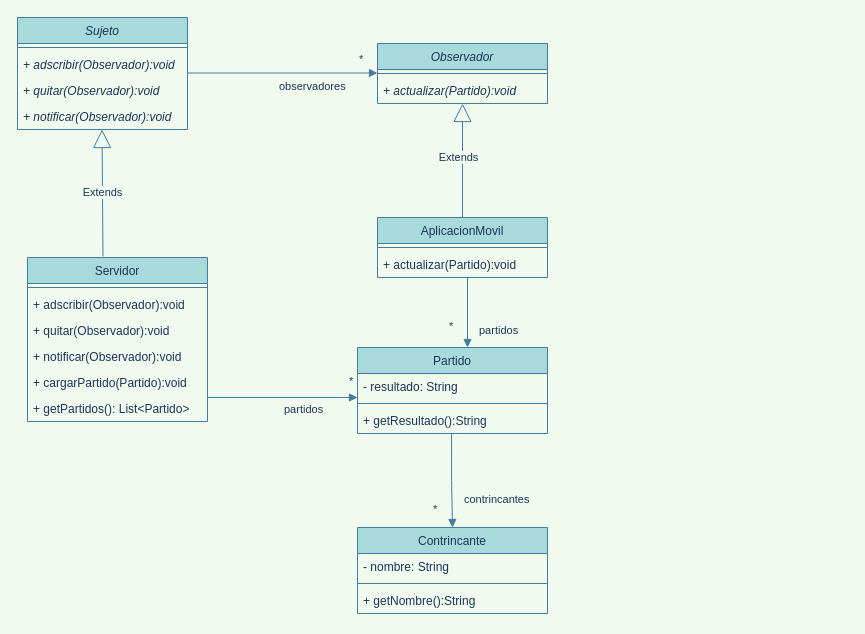
This is unq-po2-Observer-EncuentrosDeportivos.drawio from nhubczyk/Diagramas-UML, a draw.io file, before an edit. Source tidied: cells renumbered, new cells numbered last; positions are measured from the earlier drawing's top-left corner, leaving out a move shared by most shapes. Both pictures are drawn from the tidied source at 100%, with x=0, y=0 at pixel (17, 17).
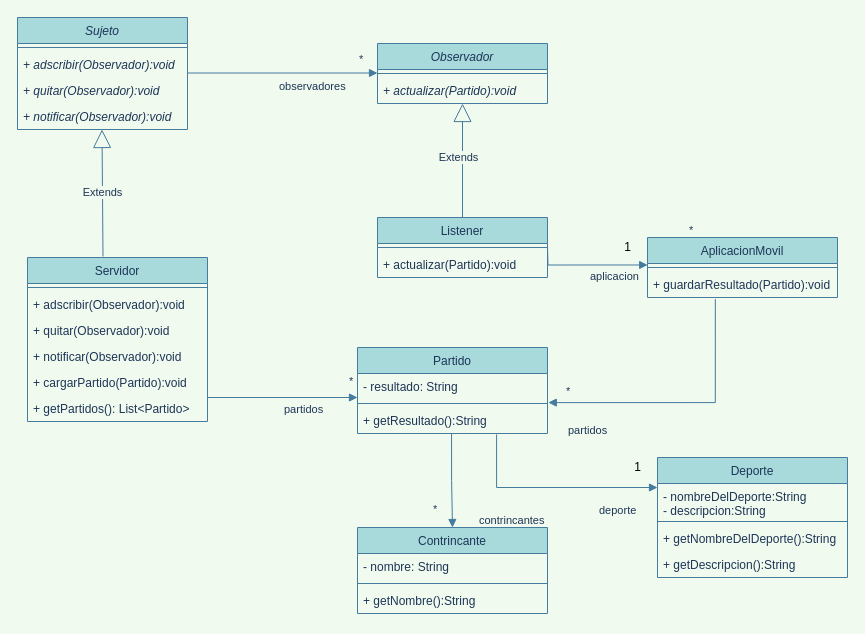
The same diagram, later.

Unchanged cells that the change refers to:
```xml
<mxCell id="27" value="+ getResultado():String" style="text;strokeColor=none;fillColor=none;align=left;verticalAlign=top;spacingLeft=4;spacingRight=4;overflow=hidden;points=[[0,0.5],[1,0.5]];portConstraint=eastwest;fontColor=#1D3557;" parent="24" vertex="1">
  <mxGeometry y="60" width="190" height="26" as="geometry" />
</mxCell>
<mxCell id="32" value="Contrincante" style="swimlane;fontStyle=0;align=center;verticalAlign=top;horizontal=1;startSize=26;fillColor=#A8DADC;strokeColor=#457B9D;fontColor=#1D3557;" parent="1" vertex="1">
  <mxGeometry x="340" y="510" width="190" height="86" as="geometry" />
</mxCell>
```

Diff of the diagram source:
```diff
@@
-    <mxCell id="19" value="AplicacionMovil" style="swimlane;fontStyle=0;align=center;verticalAlign=top;horizontal=1;startSize=26;fillColor=#A8DADC;strokeColor=#457B9D;fontColor=#1D3557;" parent="1" vertex="1">
+    <mxCell id="19" value="Listener" style="swimlane;fontStyle=0;align=center;verticalAlign=top;horizontal=1;startSize=26;fillColor=#A8DADC;strokeColor=#457B9D;fontColor=#1D3557;" parent="1" vertex="1">
       <mxGeometry x="360" y="200" width="170" height="60" as="geometry" />
     </mxCell>
@@
-    <mxCell id="30" value="partidos" style="endArrow=block;endFill=1;html=1;edgeStyle=orthogonalEdgeStyle;align=left;verticalAlign=top;rounded=0;entryX=0.75;entryY=0;entryDx=0;entryDy=0;labelBackgroundColor=#F1FAEE;strokeColor=#457B9D;fontColor=#1D3557;" parent="1" edge="1">
-      <mxGeometry x="0.14" y="10" relative="1" as="geometry">
-        <mxPoint x="450" y="260" as="sourcePoint" />
-        <mxPoint x="450" y="330" as="targetPoint" />
+    <mxCell id="30" value="partidos" style="endArrow=block;endFill=1;html=1;edgeStyle=orthogonalEdgeStyle;align=left;verticalAlign=top;rounded=0;entryX=1.004;entryY=-0.188;entryDx=0;entryDy=0;labelBackgroundColor=#F1FAEE;strokeColor=#457B9D;fontColor=#1D3557;entryPerimeter=0;exitX=0.357;exitY=1.061;exitDx=0;exitDy=0;exitPerimeter=0;" parent="1" edge="1" source="40" target="27">
+      <mxGeometry x="0.86" y="15" relative="1" as="geometry">
+        <Array as="points">
+          <mxPoint x="698" y="385" />
+        </Array>
       </mxGeometry>
     </mxCell>
     <mxCell id="31" value="*" style="edgeLabel;html=1;align=left;verticalAlign=bottom;labelBackgroundColor=#F1FAEE;fontColor=#1D3557;" parent="30" vertex="1">
       <mxGeometry x="-1" relative="1" as="geometry">
-        <mxPoint x="-20" y="57" as="offset" />
+        <mxPoint x="-151" y="100" as="offset" />
       </mxGeometry>
     </mxCell>
@@
     <mxCell id="36" value="contrincantes" style="endArrow=block;endFill=1;html=1;edgeStyle=orthogonalEdgeStyle;align=left;verticalAlign=top;rounded=0;entryX=0.5;entryY=0;entryDx=0;entryDy=0;labelBackgroundColor=#F1FAEE;strokeColor=#457B9D;fontColor=#1D3557;exitX=0.495;exitY=1;exitDx=0;exitDy=0;exitPerimeter=0;" parent="1" edge="1" source="27" target="32">
-      <mxGeometry x="0.14" y="10" relative="1" as="geometry" />
+      <mxGeometry x="0.58" y="25" relative="1" as="geometry" />
     </mxCell>
@@
+    <mxCell id="38" value="AplicacionMovil" style="swimlane;fontStyle=0;align=center;verticalAlign=top;horizontal=1;startSize=26;fillColor=#A8DADC;strokeColor=#457B9D;fontColor=#1D3557;" parent="1" vertex="1">
+      <mxGeometry x="630" y="220" width="190" height="60" as="geometry" />
+    </mxCell>
+    <mxCell id="39" style="line;strokeWidth=1;fillColor=none;align=left;verticalAlign=middle;spacingTop=-1;spacingLeft=3;spacingRight=3;labelPosition=right;points=[];portConstraint=eastwest;strokeColor=#457B9D;labelBackgroundColor=#F1FAEE;fontColor=#1D3557;" parent="38" vertex="1">
+      <mxGeometry y="26" width="190" height="8" as="geometry" />
+    </mxCell>
+    <mxCell id="40" value="+ guardarResultado(Partido):void" style="text;strokeColor=none;fillColor=none;align=left;verticalAlign=top;spacingLeft=4;spacingRight=4;overflow=hidden;points=[[0,0.5],[1,0.5]];portConstraint=eastwest;fontColor=#1D3557;" parent="38" vertex="1">
+      <mxGeometry y="34" width="190" height="26" as="geometry" />
+    </mxCell>
+    <mxCell id="41" value="aplicacion" style="endArrow=block;endFill=1;html=1;edgeStyle=orthogonalEdgeStyle;align=left;verticalAlign=top;rounded=0;labelBackgroundColor=#F1FAEE;strokeColor=#457B9D;fontColor=#1D3557;entryX=0.001;entryY=0.184;entryDx=0;entryDy=0;entryPerimeter=0;" parent="1" edge="1" target="39">
+      <mxGeometry y="2" relative="1" as="geometry">
+        <mxPoint x="530" y="229.4" as="sourcePoint" />
+        <mxPoint y="1" as="offset" />
+      </mxGeometry>
+    </mxCell>
+    <mxCell id="42" value="*" style="edgeLabel;html=1;align=left;verticalAlign=bottom;labelBackgroundColor=#F1FAEE;fontColor=#1D3557;" parent="41" vertex="1">
+      <mxGeometry x="-1" relative="1" as="geometry">
+        <mxPoint x="140" y="-8" as="offset" />
+      </mxGeometry>
+    </mxCell>
+    <mxCell id="43" value="1" style="text;html=1;align=center;verticalAlign=middle;strokeColor=none;fillColor=none;" parent="1" vertex="1">
+      <mxGeometry x="595" y="215" width="30" height="30" as="geometry" />
+    </mxCell>
+    <mxCell id="44" value="Deporte" style="swimlane;fontStyle=0;align=center;verticalAlign=top;horizontal=1;startSize=26;fillColor=#A8DADC;strokeColor=#457B9D;fontColor=#1D3557;" parent="1" vertex="1">
+      <mxGeometry x="640" y="440" width="190" height="120" as="geometry" />
+    </mxCell>
+    <mxCell id="45" value="- nombreDelDeporte:String&#10;- descripcion:String&#10;" style="text;strokeColor=none;fillColor=none;align=left;verticalAlign=top;spacingLeft=4;spacingRight=4;overflow=hidden;points=[[0,0.5],[1,0.5]];portConstraint=eastwest;fontColor=#1D3557;" parent="44" vertex="1">
+      <mxGeometry y="26" width="190" height="34" as="geometry" />
+    </mxCell>
+    <mxCell id="46" style="line;strokeWidth=1;fillColor=none;align=left;verticalAlign=middle;spacingTop=-1;spacingLeft=3;spacingRight=3;labelPosition=right;strokeColor=#457B9D;labelBackgroundColor=#F1FAEE;fontColor=#1D3557;" parent="44" vertex="1">
+      <mxGeometry y="60" width="190" height="8" as="geometry" />
+    </mxCell>
+    <mxCell id="47" value="+ getNombreDelDeporte():String" style="text;strokeColor=none;fillColor=none;align=left;verticalAlign=top;spacingLeft=4;spacingRight=4;overflow=hidden;fontColor=#1D3557;" parent="44" vertex="1">
+      <mxGeometry y="68" width="190" height="26" as="geometry" />
+    </mxCell>
+    <mxCell id="48" value="+ getDescripcion():String" style="text;strokeColor=none;fillColor=none;align=left;verticalAlign=top;spacingLeft=4;spacingRight=4;overflow=hidden;fontColor=#1D3557;" parent="44" vertex="1">
+      <mxGeometry y="94" width="190" height="26" as="geometry" />
+    </mxCell>
+    <mxCell id="49" value="deporte" style="endArrow=block;endFill=1;html=1;edgeStyle=orthogonalEdgeStyle;align=left;verticalAlign=top;rounded=0;labelBackgroundColor=#F1FAEE;strokeColor=#457B9D;fontColor=#1D3557;entryX=0;entryY=0.118;entryDx=0;entryDy=0;entryPerimeter=0;exitX=0.732;exitY=1.038;exitDx=0;exitDy=0;exitPerimeter=0;" parent="1" edge="1" source="27" target="45">
+      <mxGeometry x="0.44" y="-10" relative="1" as="geometry" />
+    </mxCell>
+    <mxCell id="50" value="1" style="text;html=1;align=center;verticalAlign=middle;strokeColor=none;fillColor=none;" parent="1" vertex="1">
+      <mxGeometry x="605" y="435" width="30" height="30" as="geometry" />
+    </mxCell>
```
